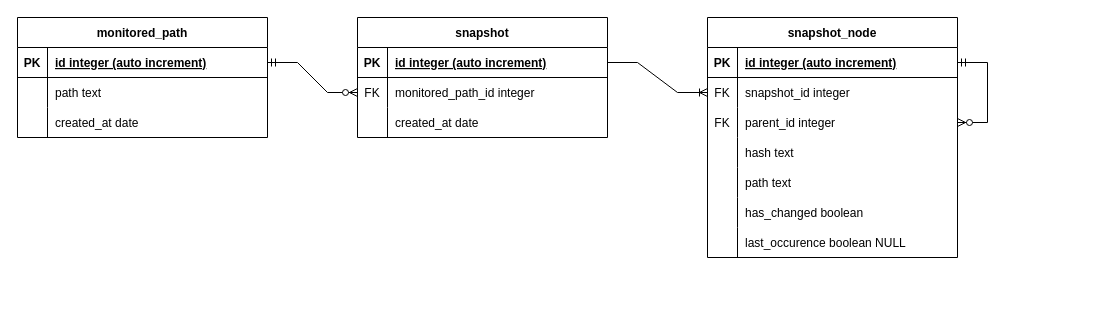
This is docs/drawio/erd.drawio from BFH-Project1-HS24-KMS4-2/ai-aided-caches-n-logs-monitoring-n-wiping-demon, a draw.io file, before an edit. Source tidied: cells renumbered, new cells numbered last; positions are measured from the earlier drawing's top-left corner, leaving out a move shared by most shapes. Both pictures are drawn from the tidied source at 100%, with x=0, y=0 at pixel (17, 17).
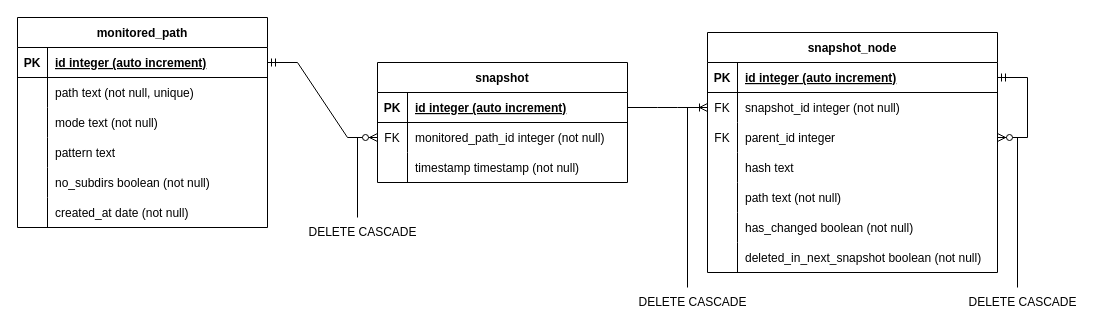
Above is the later version.

The change refers to these unchanged cells:
```xml
<mxCell id="6" style="shape=partialRectangle;fillColor=none;top=0;left=0;right=0;bottom=0;" parent="2" vertex="1">
  <mxGeometry y="60" width="250" height="30" as="geometry" />
</mxCell>
<mxCell id="9" style="shape=partialRectangle;fillColor=none;top=0;left=0;right=0;bottom=0;" parent="2" vertex="1">
  <mxGeometry y="90" width="250" height="30" as="geometry" />
</mxCell>
<mxCell id="13" style="shape=partialRectangle;fillColor=none;points=[[0,0.5],[1,0.5]];portConstraint=eastwest;top=0;left=0;right=0;bottom=1;" parent="12" vertex="1">
  <mxGeometry y="30" width="250" height="30" as="geometry" />
</mxCell>
<mxCell id="16" style="shape=partialRectangle;fillColor=none;points=[[0,0.5],[1,0.5]];portConstraint=eastwest;top=0;left=0;right=0;bottom=0;" parent="12" vertex="1">
  <mxGeometry y="60" width="250" height="30" as="geometry" />
</mxCell>
<mxCell id="19" style="shape=partialRectangle;fillColor=none;top=0;left=0;right=0;bottom=0;" parent="12" vertex="1">
  <mxGeometry y="90" width="250" height="30" as="geometry" />
</mxCell>
```

The edit, as a diff of the source:
```diff
@@
     <mxCell id="2" value="monitored_path" style="shape=table;startSize=30;childLayout=tableLayout;rowLines=0;fontStyle=1;align=center;" parent="1" vertex="1">
-      <mxGeometry width="250" height="120" as="geometry" />
+      <mxGeometry width="250" height="210" as="geometry" />
     </mxCell>
@@
-    <mxCell id="8" value="path text" style="shape=partialRectangle;overflow=hidden;fillColor=none;top=0;left=0;bottom=0;right=0;align=left;spacingLeft=6;fontStyle=0;" parent="6" vertex="1">
+    <mxCell id="8" value="path text (not null, unique)" style="shape=partialRectangle;overflow=hidden;fillColor=none;top=0;left=0;bottom=0;right=0;align=left;spacingLeft=6;fontStyle=0;" parent="6" vertex="1">
       <mxGeometry x="30" width="220" height="30" as="geometry" />
     </mxCell>
@@
-    <mxCell id="11" value="created_at date" style="shape=partialRectangle;overflow=hidden;fillColor=none;top=0;left=0;bottom=0;right=0;align=left;spacingLeft=6;" parent="9" vertex="1">
+    <mxCell id="11" value="mode text (not null)" style="shape=partialRectangle;overflow=hidden;fillColor=none;top=0;left=0;bottom=0;right=0;align=left;spacingLeft=6;" parent="9" vertex="1">
       <mxGeometry x="30" width="220" height="30" as="geometry" />
     </mxCell>
+    <mxCell id="47" style="shape=partialRectangle;fillColor=none;top=0;left=0;right=0;bottom=0;" parent="2" vertex="1">
+      <mxGeometry y="120" width="250" height="30" as="geometry" />
+    </mxCell>
+    <mxCell id="48" style="shape=partialRectangle;overflow=hidden;fillColor=none;top=0;left=0;bottom=0;right=0;" parent="47" vertex="1">
+      <mxGeometry width="30" height="30" as="geometry" />
+    </mxCell>
+    <mxCell id="49" value="pattern text" style="shape=partialRectangle;overflow=hidden;fillColor=none;top=0;left=0;bottom=0;right=0;align=left;spacingLeft=6;fontStyle=0;" parent="47" vertex="1">
+      <mxGeometry x="30" width="220" height="30" as="geometry" />
+    </mxCell>
+    <mxCell id="50" style="shape=partialRectangle;fillColor=none;top=0;left=0;right=0;bottom=0;" parent="2" vertex="1">
+      <mxGeometry y="150" width="250" height="30" as="geometry" />
+    </mxCell>
+    <mxCell id="51" style="shape=partialRectangle;overflow=hidden;fillColor=none;top=0;left=0;bottom=0;right=0;" parent="50" vertex="1">
+      <mxGeometry width="30" height="30" as="geometry" />
+    </mxCell>
+    <mxCell id="52" value="no_subdirs boolean (not null)" style="shape=partialRectangle;overflow=hidden;fillColor=none;top=0;left=0;bottom=0;right=0;align=left;spacingLeft=6;fontStyle=0;" parent="50" vertex="1">
+      <mxGeometry x="30" width="220" height="30" as="geometry" />
+    </mxCell>
+    <mxCell id="53" style="shape=partialRectangle;fillColor=none;top=0;left=0;right=0;bottom=0;" parent="2" vertex="1">
+      <mxGeometry y="180" width="250" height="30" as="geometry" />
+    </mxCell>
+    <mxCell id="54" style="shape=partialRectangle;overflow=hidden;fillColor=none;top=0;left=0;bottom=0;right=0;" parent="53" vertex="1">
+      <mxGeometry width="30" height="30" as="geometry" />
+    </mxCell>
+    <mxCell id="55" value="created_at date (not null)" style="shape=partialRectangle;overflow=hidden;fillColor=none;top=0;left=0;bottom=0;right=0;align=left;spacingLeft=6;fontStyle=0;" parent="53" vertex="1">
+      <mxGeometry x="30" width="220" height="30" as="geometry" />
+    </mxCell>
     <mxCell id="12" value="snapshot" style="shape=table;startSize=30;childLayout=tableLayout;rowLines=0;fontStyle=1;align=center;" parent="1" vertex="1">
-      <mxGeometry x="340" width="250" height="120" as="geometry" />
+      <mxGeometry x="360" y="45" width="250" height="120" as="geometry" />
     </mxCell>
@@
-    <mxCell id="18" value="monitored_path_id integer" style="shape=partialRectangle;overflow=hidden;fillColor=none;top=0;left=0;bottom=0;right=0;align=left;spacingLeft=6;fontStyle=0;" parent="16" vertex="1">
+    <mxCell id="18" value="monitored_path_id integer (not null)" style="shape=partialRectangle;overflow=hidden;fillColor=none;top=0;left=0;bottom=0;right=0;align=left;spacingLeft=6;fontStyle=0;" parent="16" vertex="1">
       <mxGeometry x="30" width="220" height="30" as="geometry" />
     </mxCell>
@@
-    <mxCell id="21" value="created_at date" style="shape=partialRectangle;overflow=hidden;fillColor=none;top=0;left=0;bottom=0;right=0;align=left;spacingLeft=6;" parent="19" vertex="1">
+    <mxCell id="21" value="timestamp timestamp (not null)" style="shape=partialRectangle;overflow=hidden;fillColor=none;top=0;left=0;bottom=0;right=0;align=left;spacingLeft=6;" parent="19" vertex="1">
       <mxGeometry x="30" width="220" height="30" as="geometry" />
     </mxCell>
     <mxCell id="22" value="snapshot_node" style="shape=table;startSize=30;childLayout=tableLayout;rowLines=0;fontStyle=1;align=center;" parent="1" vertex="1">
-      <mxGeometry x="690" width="250" height="240" as="geometry" />
+      <mxGeometry x="690" y="15" width="290" height="240" as="geometry" />
     </mxCell>
     <mxCell id="23" style="shape=partialRectangle;fillColor=none;points=[[0,0.5],[1,0.5]];portConstraint=eastwest;top=0;left=0;right=0;bottom=1;" parent="22" vertex="1">
-      <mxGeometry y="30" width="250" height="30" as="geometry" />
+      <mxGeometry y="30" width="290" height="30" as="geometry" />
     </mxCell>
@@
     <mxCell id="25" value="id integer (auto increment)" style="shape=partialRectangle;overflow=hidden;fillColor=none;top=0;left=0;bottom=0;right=0;align=left;spacingLeft=6;fontStyle=5;" parent="23" vertex="1">
-      <mxGeometry x="30" width="220" height="30" as="geometry" />
+      <mxGeometry x="30" width="260" height="30" as="geometry" />
     </mxCell>
     <mxCell id="26" style="shape=partialRectangle;fillColor=none;points=[[0,0.5],[1,0.5]];portConstraint=eastwest;top=0;left=0;right=0;bottom=0;" parent="22" vertex="1">
-      <mxGeometry y="60" width="250" height="30" as="geometry" />
+      <mxGeometry y="60" width="290" height="30" as="geometry" />
     </mxCell>
@@
-    <mxCell id="28" value="snapshot_id integer" style="shape=partialRectangle;overflow=hidden;fillColor=none;top=0;left=0;bottom=0;right=0;align=left;spacingLeft=6;fontStyle=0;" parent="26" vertex="1">
-      <mxGeometry x="30" width="220" height="30" as="geometry" />
+    <mxCell id="28" value="snapshot_id integer (not null)" style="shape=partialRectangle;overflow=hidden;fillColor=none;top=0;left=0;bottom=0;right=0;align=left;spacingLeft=6;fontStyle=0;" parent="26" vertex="1">
+      <mxGeometry x="30" width="260" height="30" as="geometry" />
     </mxCell>
     <mxCell id="29" style="shape=partialRectangle;fillColor=none;points=[[0,0.5],[1,0.5]];portConstraint=eastwest;top=0;left=0;right=0;bottom=0;" parent="22" vertex="1">
-      <mxGeometry y="90" width="250" height="30" as="geometry" />
+      <mxGeometry y="90" width="290" height="30" as="geometry" />
     </mxCell>
@@
     <mxCell id="31" value="parent_id integer" style="shape=partialRectangle;overflow=hidden;fillColor=none;top=0;left=0;bottom=0;right=0;align=left;spacingLeft=6;" parent="29" vertex="1">
-      <mxGeometry x="30" width="220" height="30" as="geometry" />
+      <mxGeometry x="30" width="260" height="30" as="geometry" />
     </mxCell>
     <mxCell id="32" style="shape=partialRectangle;fillColor=none;top=0;left=0;right=0;bottom=0;" parent="22" vertex="1">
-      <mxGeometry y="120" width="250" height="30" as="geometry" />
+      <mxGeometry y="120" width="290" height="30" as="geometry" />
     </mxCell>
@@
     <mxCell id="34" value="hash text" style="shape=partialRectangle;overflow=hidden;fillColor=none;top=0;left=0;bottom=0;right=0;align=left;spacingLeft=6;" parent="32" vertex="1">
-      <mxGeometry x="30" width="220" height="30" as="geometry" />
+      <mxGeometry x="30" width="260" height="30" as="geometry" />
     </mxCell>
     <mxCell id="35" style="shape=partialRectangle;fillColor=none;top=0;left=0;right=0;bottom=0;" parent="22" vertex="1">
-      <mxGeometry y="150" width="250" height="30" as="geometry" />
+      <mxGeometry y="150" width="290" height="30" as="geometry" />
     </mxCell>
@@
-    <mxCell id="37" value="path text" style="shape=partialRectangle;overflow=hidden;fillColor=none;top=0;left=0;bottom=0;right=0;align=left;spacingLeft=6;" parent="35" vertex="1">
-      <mxGeometry x="30" width="220" height="30" as="geometry" />
+    <mxCell id="37" value="path text (not null)" style="shape=partialRectangle;overflow=hidden;fillColor=none;top=0;left=0;bottom=0;right=0;align=left;spacingLeft=6;" parent="35" vertex="1">
+      <mxGeometry x="30" width="260" height="30" as="geometry" />
     </mxCell>
@@
     <mxCell id="39" style="shape=partialRectangle;fillColor=none;top=0;left=0;right=0;bottom=0;" parent="22" vertex="1">
-      <mxGeometry y="180" width="250" height="30" as="geometry" />
+      <mxGeometry y="180" width="290" height="30" as="geometry" />
     </mxCell>
@@
-    <mxCell id="41" value="has_changed boolean" style="shape=partialRectangle;overflow=hidden;fillColor=none;top=0;left=0;bottom=0;right=0;align=left;spacingLeft=6;" parent="39" vertex="1">
-      <mxGeometry x="30" width="220" height="30" as="geometry" />
+    <mxCell id="41" value="has_changed boolean (not null)" style="shape=partialRectangle;overflow=hidden;fillColor=none;top=0;left=0;bottom=0;right=0;align=left;spacingLeft=6;" parent="39" vertex="1">
+      <mxGeometry x="30" width="260" height="30" as="geometry" />
     </mxCell>
     <mxCell id="42" style="shape=partialRectangle;fillColor=none;top=0;left=0;right=0;bottom=0;" parent="22" vertex="1">
-      <mxGeometry y="210" width="250" height="30" as="geometry" />
+      <mxGeometry y="210" width="290" height="30" as="geometry" />
     </mxCell>
@@
-    <mxCell id="44" value="last_occurence boolean NULL" style="shape=partialRectangle;overflow=hidden;fillColor=none;top=0;left=0;bottom=0;right=0;align=left;spacingLeft=6;" parent="42" vertex="1">
-      <mxGeometry x="30" width="220" height="30" as="geometry" />
+    <mxCell id="44" value="deleted_in_next_snapshot boolean (not null)" style="shape=partialRectangle;overflow=hidden;fillColor=none;top=0;left=0;bottom=0;right=0;align=left;spacingLeft=6;" parent="42" vertex="1">
+      <mxGeometry x="30" width="260" height="30" as="geometry" />
     </mxCell>
-    <mxCell id="45" style="edgeStyle=entityRelationEdgeStyle;fontSize=12;html=1;endArrow=ERoneToMany;rounded=0;entryX=0;entryY=0.5;entryDx=0;entryDy=0;exitX=1;exitY=0.5;exitDx=0;exitDy=0;" parent="1" edge="1" source="13" target="26">
+    <mxCell id="45" style="edgeStyle=entityRelationEdgeStyle;fontSize=12;html=1;endArrow=ERoneToMany;rounded=0;exitX=1;exitY=0.5;exitDx=0;exitDy=0;" parent="1" edge="1" source="13" target="26">
       <mxGeometry relative="1" as="geometry" />
     </mxCell>
@@
+    <mxCell id="56" style="endArrow=none;html=1;rounded=0;" parent="1" edge="1">
+      <mxGeometry relative="1" as="geometry">
+        <mxPoint x="340" y="200" as="sourcePoint" />
+        <mxPoint x="340" y="120" as="targetPoint" />
+      </mxGeometry>
+    </mxCell>
+    <mxCell id="57" value="DELETE CASCADE" style="text;html=1;align=center;verticalAlign=middle;strokeColor=none;fillColor=none;" parent="1" vertex="1">
+      <mxGeometry x="280" y="200" width="130" height="30" as="geometry" />
+    </mxCell>
+    <mxCell id="58" style="endArrow=none;html=1;rounded=0;" parent="1" edge="1">
+      <mxGeometry relative="1" as="geometry">
+        <mxPoint x="670" y="270" as="sourcePoint" />
+        <mxPoint x="670" y="90" as="targetPoint" />
+      </mxGeometry>
+    </mxCell>
+    <mxCell id="59" value="DELETE CASCADE" style="text;html=1;align=center;verticalAlign=middle;strokeColor=none;fillColor=none;" parent="1" vertex="1">
+      <mxGeometry x="610" y="270" width="130" height="30" as="geometry" />
+    </mxCell>
+    <mxCell id="60" style="endArrow=none;html=1;rounded=0;" parent="1" edge="1">
+      <mxGeometry relative="1" as="geometry">
+        <mxPoint x="1000" y="120" as="sourcePoint" />
+        <mxPoint x="1000" y="270" as="targetPoint" />
+      </mxGeometry>
+    </mxCell>
+    <mxCell id="61" value="DELETE CASCADE" style="text;html=1;align=center;verticalAlign=middle;strokeColor=none;fillColor=none;" parent="1" vertex="1">
+      <mxGeometry x="940" y="270" width="130" height="30" as="geometry" />
+    </mxCell>
```
